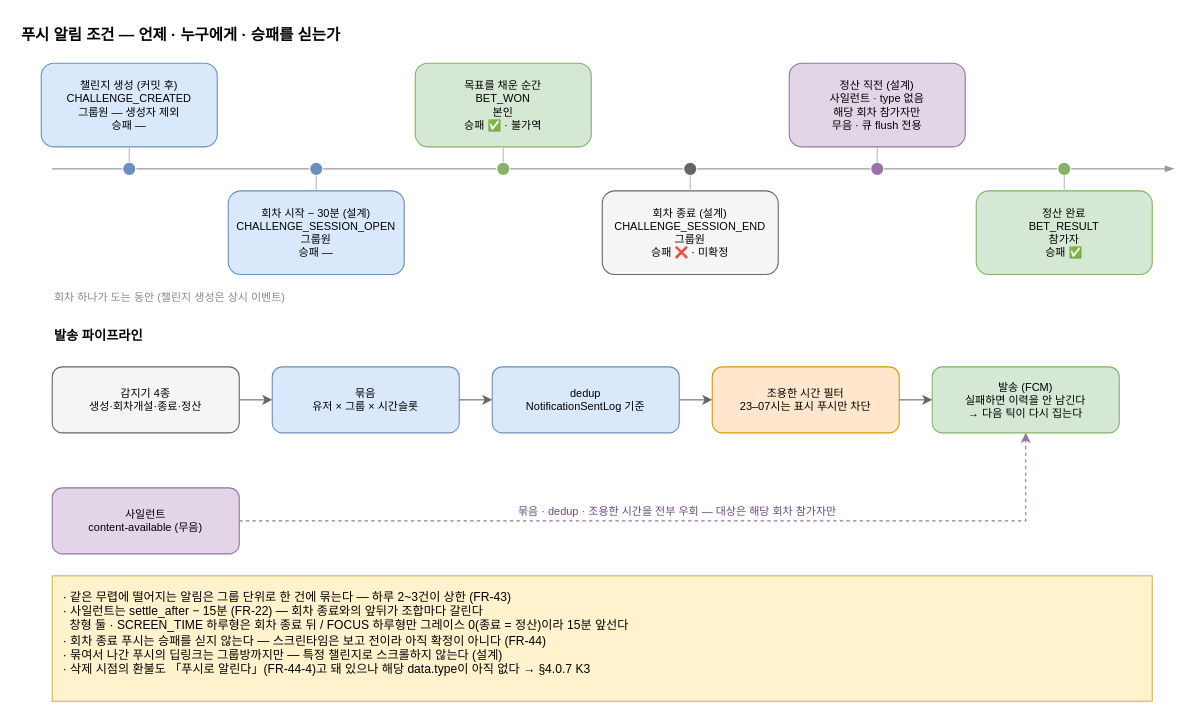
Above: docs/prd/challenge/diagrams/cond-04-notify-timeline.drawio in OneOrThree/phone (draw.io), before the change. Source tidied: cells renumbered, new cells numbered last; positions are measured from the earlier drawing's top-left corner, leaving out a move shared by most shapes. Both pictures are drawn from the tidied source at 110%, with x=0, y=0 at pixel (19, 19).
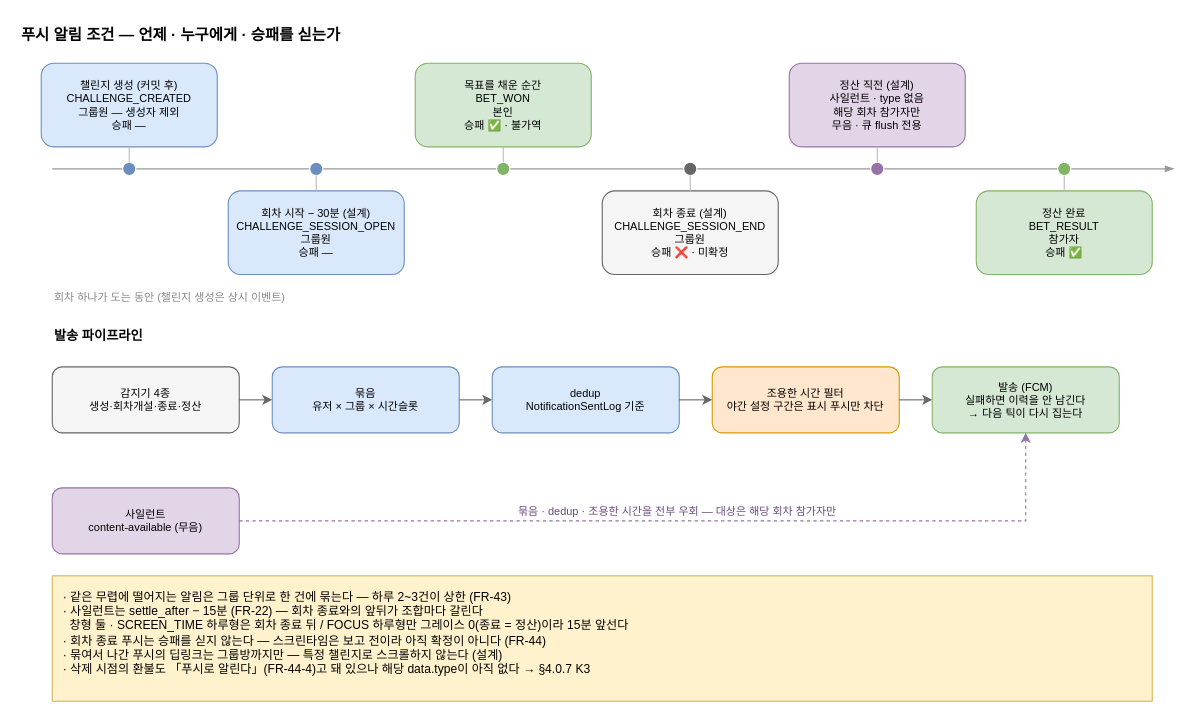
The same page after the edit.

Commit message (it also covers changes not shown here):
[DOC] GROMO-1380 조용한 시간을 상수가 아니라 유저 설정으로 — N44·N40·PRD·HLD·다이어그램 정정

The edit, as a diff of the source:
```diff
@@
-    <mxCell id="27" value="조용한 시간 필터&#10;23–07시는 표시 푸시만 차단" style="rounded=1;whiteSpace=wrap;html=1;fillColor=#ffe6cc;strokeColor=#d79b00;fontSize=10;" parent="1" vertex="1">
+    <mxCell id="27" value="조용한 시간 필터&#10;야간 설정 구간은 표시 푸시만 차단" style="rounded=1;whiteSpace=wrap;html=1;fillColor=#ffe6cc;strokeColor=#d79b00;fontSize=10;" parent="1" vertex="1">
       <mxGeometry x="630" y="316" width="170" height="60" as="geometry" />
     </mxCell>
```
